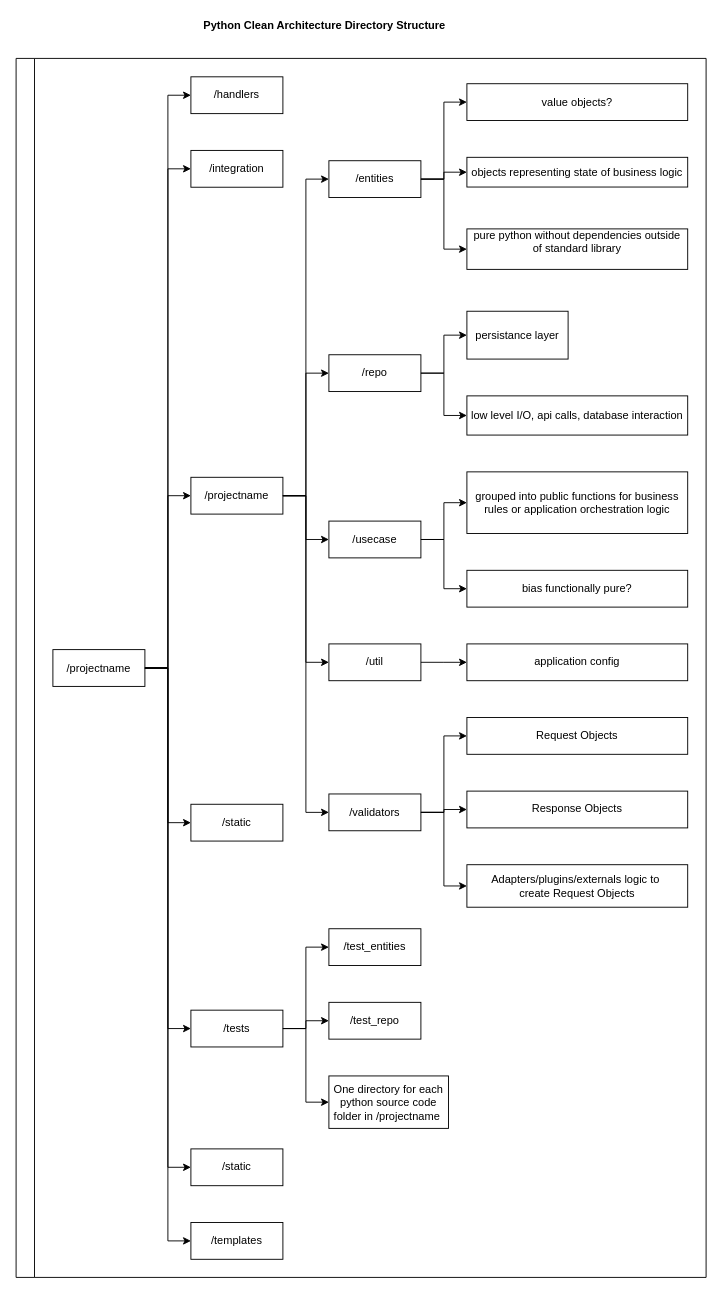
rrigato/architecture keeps this draw.io diagram as page "python_directory_structure" (2 of 2) of clean_architecture/software_design.drawio. Above is the earlier version. Source tidied: cells renumbered, new cells numbered last; positions are measured from the earlier drawing's top-left corner, leaving out a move shared by most shapes. Both pictures are drawn from the tidied source at 92%, with x=0, y=0 at pixel (16, 16).
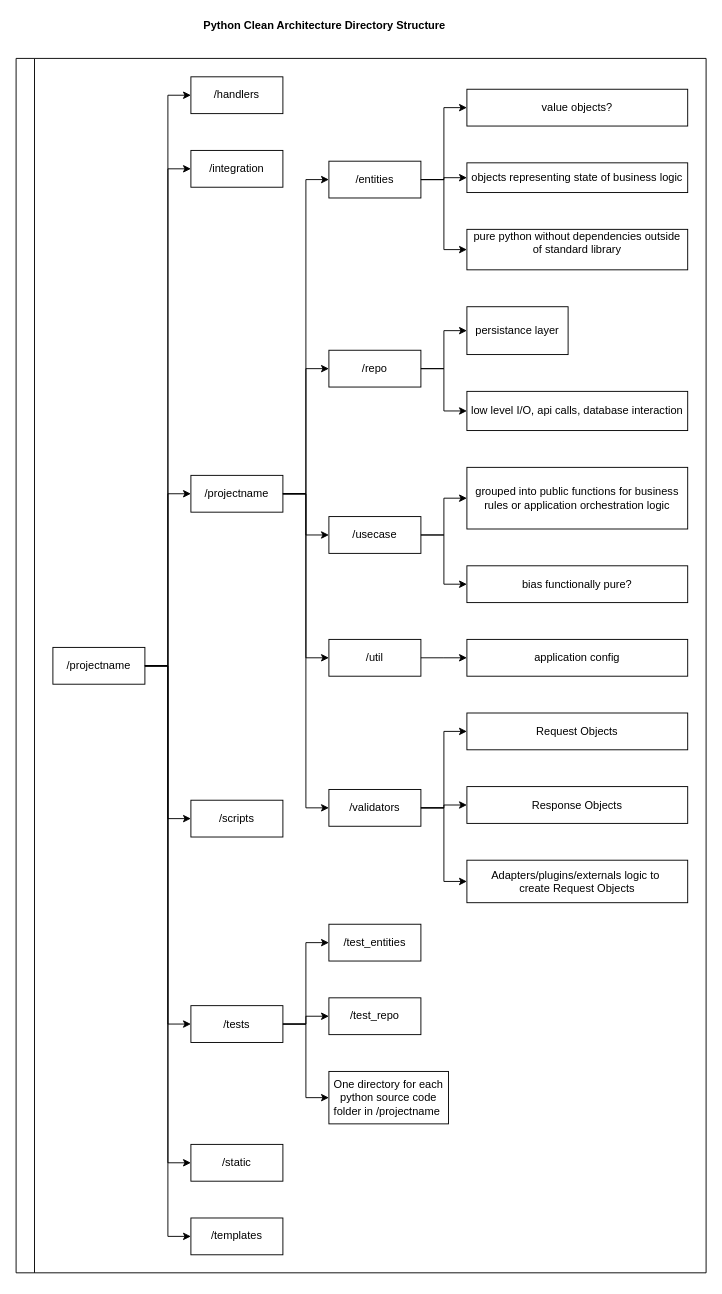
The same diagram, later.

Commit message (it also covers changes not shown here):
add the scripts directory

The edit, as a diff of the source:
```diff
@@
     <mxCell id="2" style="swimlane;html=1;startSize=20;horizontal=0;horizontalTree=1;containerType=tree;" parent="1" vertex="1">
-      <mxGeometry y="46" width="750" height="1325" as="geometry" />
+      <mxGeometry y="46" width="750" height="1320" as="geometry" />
     </mxCell>
     <mxCell id="3" value="/projectname" style="whiteSpace=wrap;html=1;" parent="2" vertex="1">
-      <mxGeometry x="40" y="642.6" width="100" height="40" as="geometry" />
+      <mxGeometry x="40" y="640.2" width="100" height="40" as="geometry" />
     </mxCell>
@@
     <mxCell id="9" value="/projectname" style="whiteSpace=wrap;html=1;" parent="2" vertex="1">
-      <mxGeometry x="190" y="455.3" width="100" height="40" as="geometry" />
+      <mxGeometry x="190" y="453.2" width="100" height="40" as="geometry" />
     </mxCell>
@@
-    <mxCell id="11" value="/static" style="whiteSpace=wrap;html=1;" parent="2" vertex="1">
-      <mxGeometry x="190" y="810.7" width="100" height="40" as="geometry" />
+    <mxCell id="11" value="/scripts" style="whiteSpace=wrap;html=1;" parent="2" vertex="1">
+      <mxGeometry x="190" y="806.3" width="100" height="40" as="geometry" />
     </mxCell>
@@
     <mxCell id="13" value="/tests" style="whiteSpace=wrap;html=1;" parent="2" vertex="1">
-      <mxGeometry x="190" y="1034.5" width="100" height="40" as="geometry" />
+      <mxGeometry x="190" y="1029.6" width="100" height="40" as="geometry" />
     </mxCell>
@@
     <mxCell id="15" value="/entities" style="whiteSpace=wrap;html=1;" parent="2" vertex="1">
-      <mxGeometry x="340" y="111.2" width="100" height="40" as="geometry" />
+      <mxGeometry x="340" y="111.7" width="100" height="40" as="geometry" />
     </mxCell>
@@
     <mxCell id="17" value="/repo" style="whiteSpace=wrap;html=1;" parent="2" vertex="1">
-      <mxGeometry x="340" y="322.1" width="100" height="40" as="geometry" />
+      <mxGeometry x="340" y="317.2" width="100" height="40" as="geometry" />
     </mxCell>
@@
     <mxCell id="19" value="/usecase" style="whiteSpace=wrap;html=1;" parent="2" vertex="1">
-      <mxGeometry x="340" y="502.9" width="100" height="40" as="geometry" />
+      <mxGeometry x="340" y="498" width="100" height="40" as="geometry" />
     </mxCell>
@@
     <mxCell id="21" value="/util" style="whiteSpace=wrap;html=1;" parent="2" vertex="1">
-      <mxGeometry x="340" y="636.4" width="100" height="40" as="geometry" />
+      <mxGeometry x="340" y="631.5" width="100" height="40" as="geometry" />
     </mxCell>
@@
     <mxCell id="23" value="/validators" style="whiteSpace=wrap;html=1;" parent="2" vertex="1">
-      <mxGeometry x="340" y="799.5" width="100" height="40" as="geometry" />
+      <mxGeometry x="340" y="794.6" width="100" height="40" as="geometry" />
     </mxCell>
@@
     <mxCell id="25" value="/test_entities" style="whiteSpace=wrap;html=1;" parent="2" vertex="1">
-      <mxGeometry x="340" y="946" width="100" height="40" as="geometry" />
+      <mxGeometry x="340" y="941.1" width="100" height="40" as="geometry" />
     </mxCell>
@@
     <mxCell id="27" value="/test_repo" style="whiteSpace=wrap;html=1;" parent="2" vertex="1">
-      <mxGeometry x="340" y="1026" width="100" height="40" as="geometry" />
+      <mxGeometry x="340" y="1021.1" width="100" height="40" as="geometry" />
     </mxCell>
@@
     <mxCell id="29" value="value objects?" style="whiteSpace=wrap;html=1;" parent="2" vertex="1">
-      <mxGeometry x="490" y="27.5" width="240" height="40" as="geometry" />
+      <mxGeometry x="490" y="33.5" width="240" height="40" as="geometry" />
     </mxCell>
@@
     <mxCell id="31" value="persistance layer" style="whiteSpace=wrap;html=1;" parent="2" vertex="1">
-      <mxGeometry x="490" y="274.8" width="110" height="52" as="geometry" />
+      <mxGeometry x="490" y="269.9" width="110" height="52" as="geometry" />
     </mxCell>
@@
     <mxCell id="33" value="grouped into public functions for business rules or application orchestration logic" style="whiteSpace=wrap;html=1;" parent="2" vertex="1">
-      <mxGeometry x="490" y="449.4" width="240" height="67" as="geometry" />
+      <mxGeometry x="490" y="444.5" width="240" height="67" as="geometry" />
     </mxCell>
@@
     <mxCell id="35" value="bias functionally pure?" style="whiteSpace=wrap;html=1;" parent="2" vertex="1">
-      <mxGeometry x="490" y="556.4" width="240" height="40" as="geometry" />
+      <mxGeometry x="490" y="551.5" width="240" height="40" as="geometry" />
     </mxCell>
@@
     <mxCell id="37" value="objects representing state of business logic" style="whiteSpace=wrap;html=1;" parent="2" vertex="1">
-      <mxGeometry x="490" y="107.5" width="240" height="32.3" as="geometry" />
+      <mxGeometry x="490" y="113.5" width="240" height="32.3" as="geometry" />
     </mxCell>
@@
     <mxCell id="39" value="pure python without dependencies outside of standard library&lt;br&gt;&amp;nbsp;" style="whiteSpace=wrap;html=1;" parent="2" vertex="1">
-      <mxGeometry x="490" y="185.3" width="240" height="44" as="geometry" />
+      <mxGeometry x="490" y="185.8" width="240" height="44" as="geometry" />
     </mxCell>
@@
     <mxCell id="41" value="/static" style="whiteSpace=wrap;html=1;" parent="2" vertex="1">
-      <mxGeometry x="190" y="1185.3" width="100" height="40" as="geometry" />
+      <mxGeometry x="190" y="1180.4" width="100" height="40" as="geometry" />
     </mxCell>
     <mxCell id="42" value="One directory for each python source code folder in /projectname&amp;nbsp;" style="whiteSpace=wrap;html=1;" parent="2" vertex="1">
-      <mxGeometry x="340" y="1106" width="130" height="57" as="geometry" />
+      <mxGeometry x="340" y="1101.1" width="130" height="57" as="geometry" />
     </mxCell>
@@
     <mxCell id="45" value="low level I/O, api calls, database interaction" style="whiteSpace=wrap;html=1;" parent="2" vertex="1">
-      <mxGeometry x="490" y="366.8" width="240" height="42.6" as="geometry" />
+      <mxGeometry x="490" y="361.9" width="240" height="42.6" as="geometry" />
     </mxCell>
@@
     <mxCell id="47" value="application config" style="whiteSpace=wrap;html=1;" parent="2" vertex="1">
-      <mxGeometry x="490" y="636.4" width="240" height="40" as="geometry" />
+      <mxGeometry x="490" y="631.5" width="240" height="40" as="geometry" />
     </mxCell>
@@
     <mxCell id="49" value="Request Objects&lt;br&gt;" style="whiteSpace=wrap;html=1;" parent="2" vertex="1">
-      <mxGeometry x="490" y="716.4" width="240" height="40" as="geometry" />
+      <mxGeometry x="490" y="711.5" width="240" height="40" as="geometry" />
     </mxCell>
@@
     <mxCell id="51" value="Response Objects" style="whiteSpace=wrap;html=1;" parent="2" vertex="1">
-      <mxGeometry x="490" y="796.4" width="240" height="40" as="geometry" />
+      <mxGeometry x="490" y="791.5" width="240" height="40" as="geometry" />
     </mxCell>
@@
     <mxCell id="53" value="Adapters/plugins/externals logic to&amp;nbsp;&lt;br&gt;create Request Objects" style="whiteSpace=wrap;html=1;" parent="2" vertex="1">
-      <mxGeometry x="490" y="876.4" width="240" height="46.2" as="geometry" />
+      <mxGeometry x="490" y="871.5" width="240" height="46.2" as="geometry" />
     </mxCell>
@@
     <mxCell id="55" value="/templates" style="whiteSpace=wrap;html=1;" parent="2" vertex="1">
-      <mxGeometry x="190" y="1265.3" width="100" height="40" as="geometry" />
+      <mxGeometry x="190" y="1260.4" width="100" height="40" as="geometry" />
     </mxCell>
```
